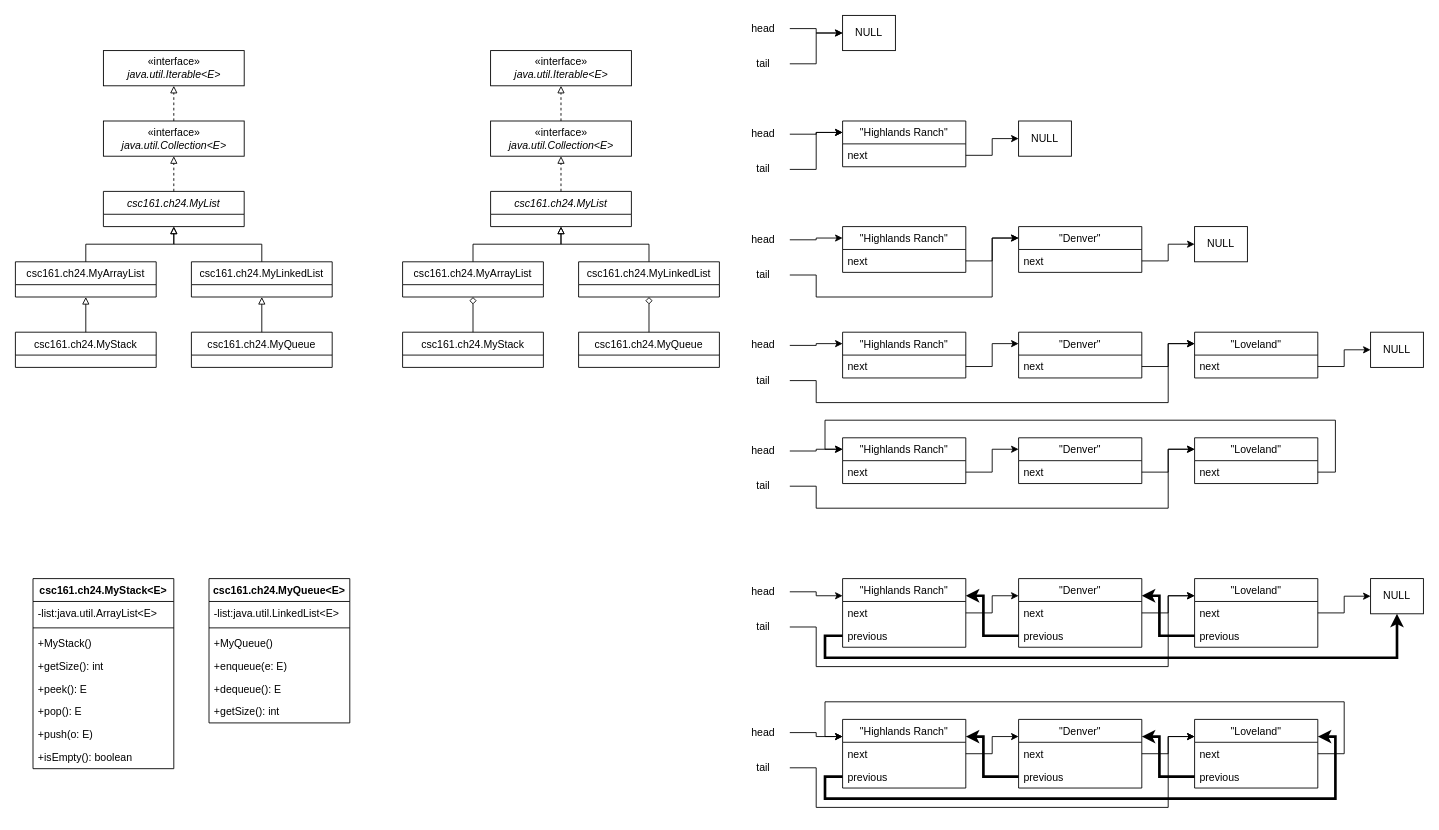
Earlier version of the draw.io diagram CSC/161/ch24_uml.drawio (PatrickMcDougle/ACC). Source tidied: cells renumbered, new cells numbered last; positions are measured from the earlier drawing's top-left corner, leaving out a move shared by most shapes. Both pictures are drawn from the tidied source at 88%, with x=0, y=0 at pixel (15, 15).
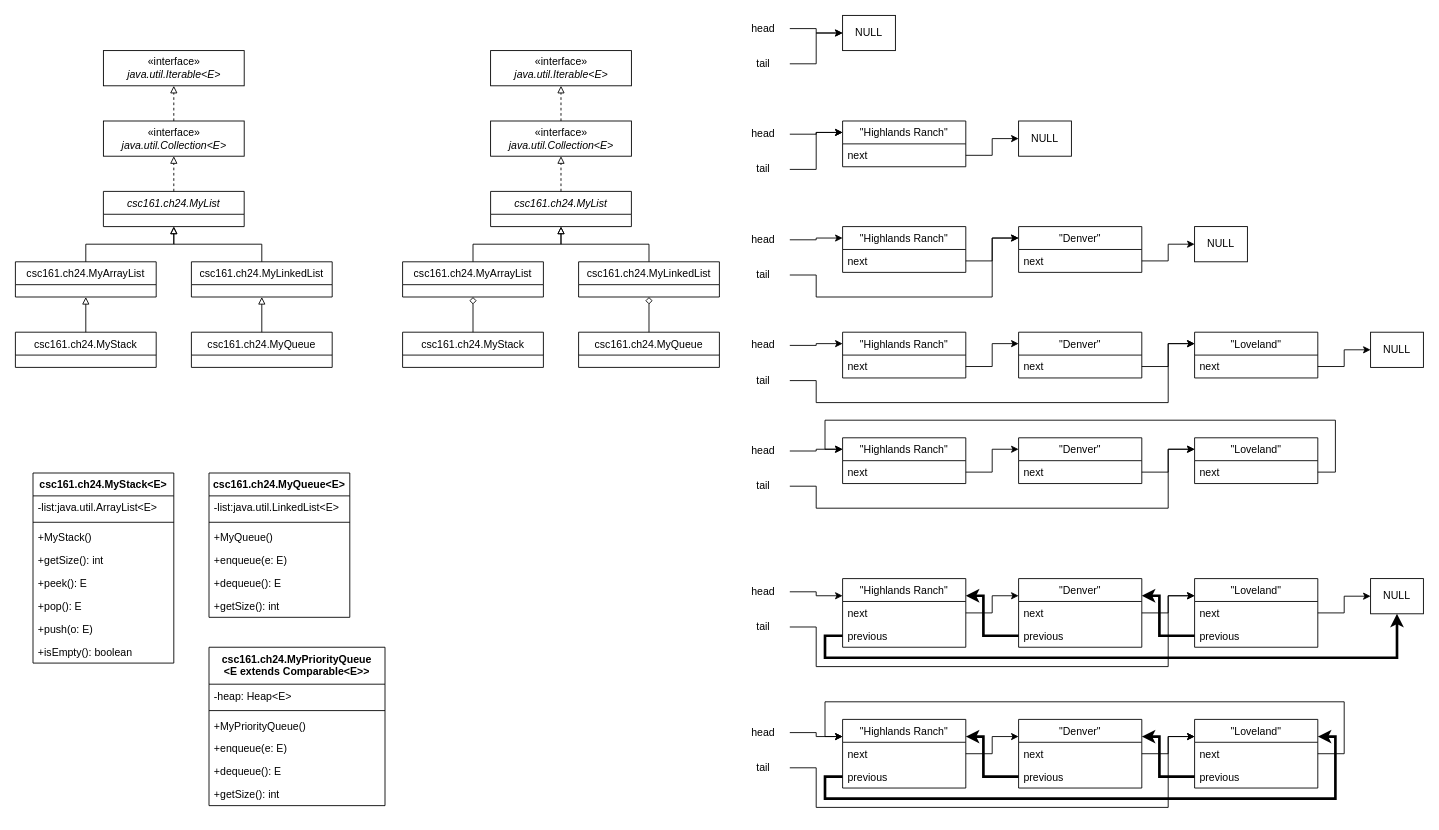
The same page after the edit.

Change to the diagram source:
```diff
@@
     <mxCell id="118" value="csc161.ch24.MyStack&lt;E&gt;" style="swimlane;fontStyle=1;align=center;verticalAlign=top;horizontal=1;startSize=26;" parent="1" vertex="1">
-      <mxGeometry x="20" y="640" width="160" height="216" as="geometry" />
+      <mxGeometry x="20" y="520" width="160" height="216" as="geometry" />
     </mxCell>
@@
     <mxCell id="127" value="csc161.ch24.MyQueue&lt;E&gt;" style="swimlane;fontStyle=1;align=center;verticalAlign=top;horizontal=1;startSize=26;" parent="1" vertex="1">
-      <mxGeometry x="220" y="640" width="160" height="164" as="geometry" />
+      <mxGeometry x="220" y="520" width="160" height="164" as="geometry" />
     </mxCell>
@@
+    <mxCell id="134" value="csc161.ch24.MyPriorityQueue&#10;&lt;E extends Comparable&lt;E&gt;&gt;" style="swimlane;fontStyle=1;align=center;verticalAlign=top;horizontal=1;startSize=42;" parent="1" vertex="1">
+      <mxGeometry x="220" y="718" width="200" height="180" as="geometry" />
+    </mxCell>
+    <mxCell id="135" value="-heap: Heap&lt;E&gt;" style="text;strokeColor=none;fillColor=none;align=left;verticalAlign=top;spacingLeft=4;spacingRight=4;overflow=hidden;" parent="134" vertex="1">
+      <mxGeometry y="42" width="200" height="26" as="geometry" />
+    </mxCell>
+    <mxCell id="136" style="line;strokeWidth=1;fillColor=none;align=left;verticalAlign=middle;spacingTop=-1;spacingLeft=3;spacingRight=3;labelPosition=right;" parent="134" vertex="1">
+      <mxGeometry y="68" width="200" height="8" as="geometry" />
+    </mxCell>
+    <mxCell id="137" value="+MyPriorityQueue()" style="text;strokeColor=none;fillColor=none;align=left;verticalAlign=top;spacingLeft=4;spacingRight=4;overflow=hidden;" parent="134" vertex="1">
+      <mxGeometry y="76" width="200" height="26" as="geometry" />
+    </mxCell>
+    <mxCell id="138" value="+enqueue(e: E)" style="text;strokeColor=none;fillColor=none;align=left;verticalAlign=top;spacingLeft=4;spacingRight=4;overflow=hidden;" parent="134" vertex="1">
+      <mxGeometry y="102" width="200" height="26" as="geometry" />
+    </mxCell>
+    <mxCell id="139" value="+dequeue(): E" style="text;strokeColor=none;fillColor=none;align=left;verticalAlign=top;spacingLeft=4;spacingRight=4;overflow=hidden;" parent="134" vertex="1">
+      <mxGeometry y="128" width="200" height="26" as="geometry" />
+    </mxCell>
+    <mxCell id="140" value="+getSize(): int" style="text;strokeColor=none;fillColor=none;align=left;verticalAlign=top;spacingLeft=4;spacingRight=4;overflow=hidden;" parent="134" vertex="1">
+      <mxGeometry y="154" width="200" height="26" as="geometry" />
+    </mxCell>
```
